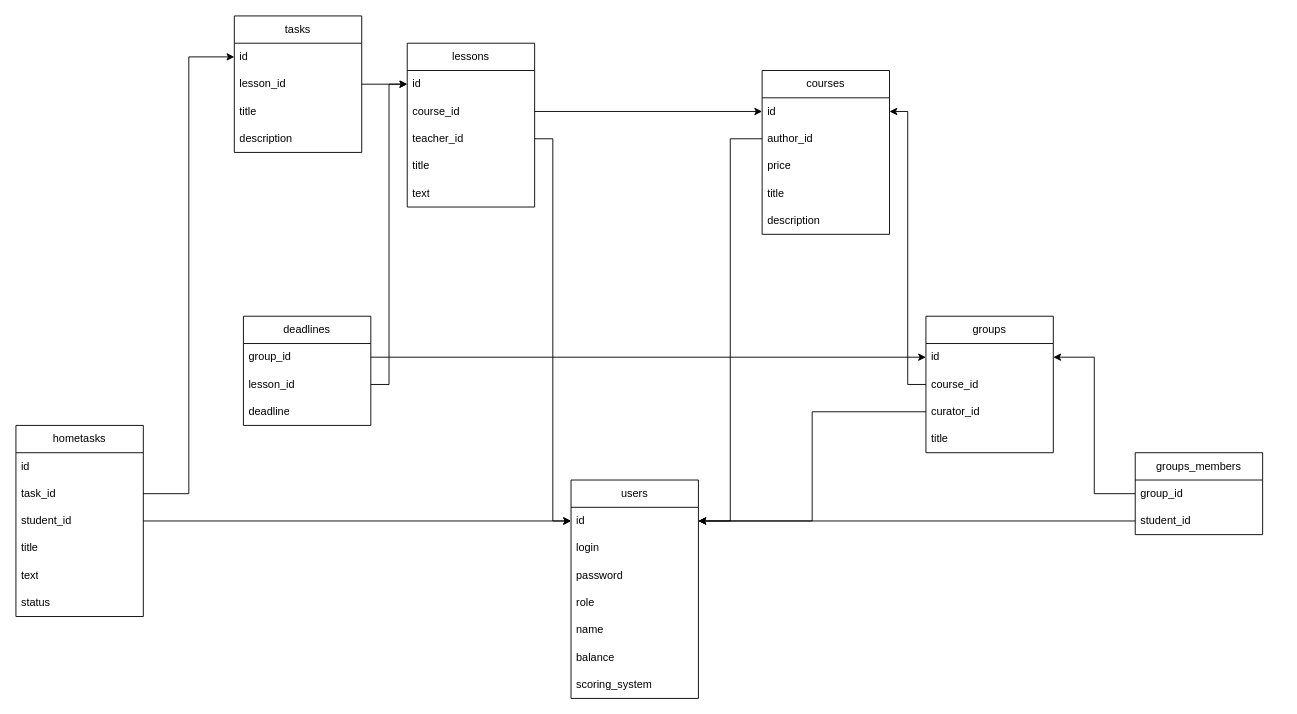
EN-YSolutions/Training_system_Demyanov keeps this draw.io diagram as Схема БД.drawio. Above is the earlier version. Source tidied: cells renumbered, new cells numbered last; positions are measured from the earlier drawing's top-left corner, leaving out a move shared by most shapes. Both pictures are drawn from the tidied source at 91%, with x=0, y=0 at pixel (15, 15).
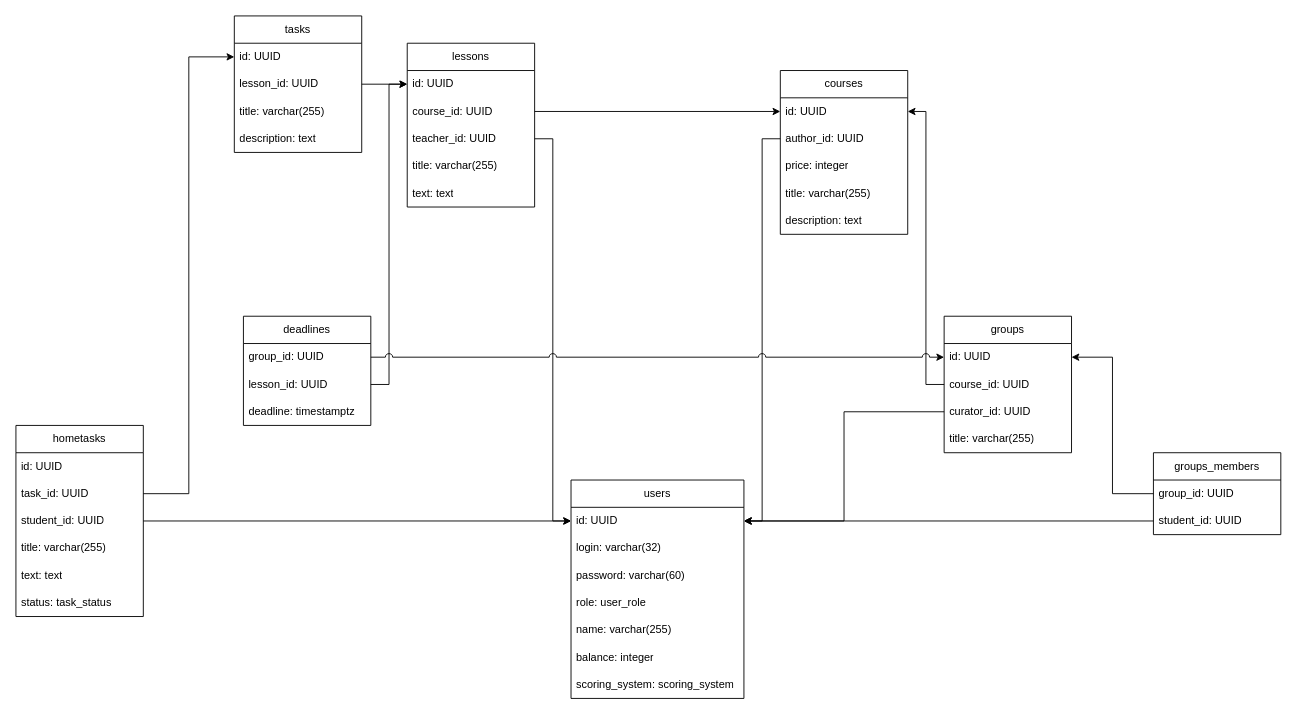
Above is the later version.

The change refers to these unchanged cells:
```xml
<mxCell id="24" value="lessons" style="swimlane;fontStyle=0;horizontal=1;startSize=30;whiteSpace=wrap;html=1;" parent="1" vertex="1">
  <mxGeometry x="430" y="30" width="140" height="180" as="geometry" />
</mxCell>
<mxCell id="30" value="tasks" style="swimlane;fontStyle=0;horizontal=1;startSize=30;whiteSpace=wrap;html=1;" parent="1" vertex="1">
  <mxGeometry x="240" width="140" height="150" as="geometry" />
</mxCell>
<mxCell id="35" value="hometasks" style="swimlane;fontStyle=0;horizontal=1;startSize=30;whiteSpace=wrap;html=1;" parent="1" vertex="1">
  <mxGeometry y="450" width="140" height="210" as="geometry" />
</mxCell>
<mxCell id="42" value="deadlines" style="swimlane;fontStyle=0;horizontal=1;startSize=30;whiteSpace=wrap;html=1;" parent="1" vertex="1">
  <mxGeometry x="250" y="330" width="140" height="120" as="geometry" />
</mxCell>
```

The edit, as a diff of the source:
```diff
@@
+    <mxCell id="49" style="edgeStyle=orthogonalEdgeStyle;rounded=0;jettySize=auto;html=1;" parent="1" edge="1" source="27" target="3">
+      <mxGeometry relative="1" as="geometry" />
+    </mxCell>
     <mxCell id="2" value="users" style="swimlane;fontStyle=0;horizontal=1;startSize=30;whiteSpace=wrap;html=1;" parent="1" vertex="1">
-      <mxGeometry x="610" y="510" width="140" height="240" as="geometry" />
+      <mxGeometry x="610" y="510" width="190" height="240" as="geometry" />
     </mxCell>
-    <mxCell id="3" value="id" style="text;strokeColor=none;fillColor=none;align=left;verticalAlign=middle;spacingLeft=4;spacingRight=4;overflow=hidden;points=[[0,0.5],[1,0.5]];portConstraint=eastwest;whiteSpace=wrap;html=1;" parent="2" vertex="1">
-      <mxGeometry y="30" width="140" height="30" as="geometry" />
+    <mxCell id="3" value="id: UUID" style="text;strokeColor=none;fillColor=none;align=left;verticalAlign=middle;spacingLeft=4;spacingRight=4;overflow=hidden;points=[[0,0.5],[1,0.5]];portConstraint=eastwest;whiteSpace=wrap;html=1;" parent="2" vertex="1">
+      <mxGeometry y="30" width="190" height="30" as="geometry" />
     </mxCell>
-    <mxCell id="4" value="&lt;div&gt;login&lt;/div&gt;" style="text;strokeColor=none;fillColor=none;align=left;verticalAlign=middle;spacingLeft=4;spacingRight=4;overflow=hidden;whiteSpace=wrap;html=1;" parent="2" vertex="1">
-      <mxGeometry y="60" width="140" height="30" as="geometry" />
+    <mxCell id="4" value="&lt;div&gt;login: varchar(32)&lt;br&gt;&lt;/div&gt;" style="text;strokeColor=none;fillColor=none;align=left;verticalAlign=middle;spacingLeft=4;spacingRight=4;overflow=hidden;whiteSpace=wrap;html=1;" parent="2" vertex="1">
+      <mxGeometry y="60" width="190" height="30" as="geometry" />
     </mxCell>
-    <mxCell id="5" value="password" style="text;strokeColor=none;fillColor=none;align=left;verticalAlign=middle;spacingLeft=4;spacingRight=4;overflow=hidden;whiteSpace=wrap;html=1;" parent="2" vertex="1">
-      <mxGeometry y="90" width="140" height="30" as="geometry" />
+    <mxCell id="5" value="password: varchar(60)" style="text;strokeColor=none;fillColor=none;align=left;verticalAlign=middle;spacingLeft=4;spacingRight=4;overflow=hidden;whiteSpace=wrap;html=1;" parent="2" vertex="1">
+      <mxGeometry y="90" width="190" height="30" as="geometry" />
     </mxCell>
-    <mxCell id="6" value="role" style="text;strokeColor=none;fillColor=none;align=left;verticalAlign=middle;spacingLeft=4;spacingRight=4;overflow=hidden;whiteSpace=wrap;html=1;" parent="2" vertex="1">
-      <mxGeometry y="120" width="140" height="30" as="geometry" />
+    <mxCell id="6" value="role: user_role" style="text;strokeColor=none;fillColor=none;align=left;verticalAlign=middle;spacingLeft=4;spacingRight=4;overflow=hidden;whiteSpace=wrap;html=1;" parent="2" vertex="1">
+      <mxGeometry y="120" width="190" height="30" as="geometry" />
     </mxCell>
-    <mxCell id="7" value="name" style="text;strokeColor=none;fillColor=none;align=left;verticalAlign=middle;spacingLeft=4;spacingRight=4;overflow=hidden;whiteSpace=wrap;html=1;" parent="2" vertex="1">
-      <mxGeometry y="150" width="140" height="30" as="geometry" />
+    <mxCell id="7" value="name: varchar(255)" style="text;strokeColor=none;fillColor=none;align=left;verticalAlign=middle;spacingLeft=4;spacingRight=4;overflow=hidden;whiteSpace=wrap;html=1;" parent="2" vertex="1">
+      <mxGeometry y="150" width="190" height="30" as="geometry" />
     </mxCell>
-    <mxCell id="8" value="balance" style="text;strokeColor=none;fillColor=none;align=left;verticalAlign=middle;spacingLeft=4;spacingRight=4;overflow=hidden;whiteSpace=wrap;html=1;" parent="2" vertex="1">
-      <mxGeometry y="180" width="140" height="30" as="geometry" />
+    <mxCell id="8" value="balance: integer" style="text;strokeColor=none;fillColor=none;align=left;verticalAlign=middle;spacingLeft=4;spacingRight=4;overflow=hidden;whiteSpace=wrap;html=1;" parent="2" vertex="1">
+      <mxGeometry y="180" width="190" height="30" as="geometry" />
     </mxCell>
-    <mxCell id="9" value="scoring_system" style="text;strokeColor=none;fillColor=none;align=left;verticalAlign=middle;spacingLeft=4;spacingRight=4;overflow=hidden;whiteSpace=wrap;html=1;" parent="2" vertex="1">
-      <mxGeometry y="210" width="140" height="30" as="geometry" />
+    <mxCell id="9" value="scoring_system: scoring_system" style="text;strokeColor=none;fillColor=none;align=left;verticalAlign=middle;spacingLeft=4;spacingRight=4;overflow=hidden;whiteSpace=wrap;html=1;" parent="2" vertex="1">
+      <mxGeometry y="210" width="190" height="30" as="geometry" />
     </mxCell>
     <mxCell id="10" value="courses" style="swimlane;fontStyle=0;horizontal=1;startSize=30;whiteSpace=wrap;html=1;" parent="1" vertex="1">
-      <mxGeometry x="820" y="60" width="140" height="180" as="geometry" />
+      <mxGeometry x="840" y="60" width="140" height="180" as="geometry" />
     </mxCell>
-    <mxCell id="11" value="id" style="text;strokeColor=none;fillColor=none;align=left;verticalAlign=middle;spacingLeft=4;spacingRight=4;overflow=hidden;points=[[0,0.5],[1,0.5]];portConstraint=eastwest;whiteSpace=wrap;html=1;" parent="10" vertex="1">
+    <mxCell id="11" value="id: UUID" style="text;strokeColor=none;fillColor=none;align=left;verticalAlign=middle;spacingLeft=4;spacingRight=4;overflow=hidden;points=[[0,0.5],[1,0.5]];portConstraint=eastwest;whiteSpace=wrap;html=1;" parent="10" vertex="1">
       <mxGeometry y="30" width="140" height="30" as="geometry" />
     </mxCell>
-    <mxCell id="12" value="author_id" style="text;strokeColor=none;fillColor=none;align=left;verticalAlign=middle;spacingLeft=4;spacingRight=4;overflow=hidden;points=[[0,0.5],[1,0.5]];portConstraint=eastwest;whiteSpace=wrap;html=1;" parent="10" vertex="1">
+    <mxCell id="12" value="author_id: UUID" style="text;strokeColor=none;fillColor=none;align=left;verticalAlign=middle;spacingLeft=4;spacingRight=4;overflow=hidden;points=[[0,0.5],[1,0.5]];portConstraint=eastwest;whiteSpace=wrap;html=1;" parent="10" vertex="1">
       <mxGeometry y="60" width="140" height="30" as="geometry" />
     </mxCell>
-    <mxCell id="13" value="price" style="text;strokeColor=none;fillColor=none;align=left;verticalAlign=middle;spacingLeft=4;spacingRight=4;overflow=hidden;whiteSpace=wrap;html=1;" parent="10" vertex="1">
+    <mxCell id="13" value="price: integer" style="text;strokeColor=none;fillColor=none;align=left;verticalAlign=middle;spacingLeft=4;spacingRight=4;overflow=hidden;whiteSpace=wrap;html=1;" parent="10" vertex="1">
       <mxGeometry y="90" width="140" height="30" as="geometry" />
     </mxCell>
-    <mxCell id="14" value="title" style="text;strokeColor=none;fillColor=none;align=left;verticalAlign=middle;spacingLeft=4;spacingRight=4;overflow=hidden;whiteSpace=wrap;html=1;" parent="10" vertex="1">
+    <mxCell id="14" value="title: varchar(255)" style="text;strokeColor=none;fillColor=none;align=left;verticalAlign=middle;spacingLeft=4;spacingRight=4;overflow=hidden;whiteSpace=wrap;html=1;" parent="10" vertex="1">
       <mxGeometry y="120" width="140" height="30" as="geometry" />
     </mxCell>
-    <mxCell id="15" value="description" style="text;strokeColor=none;fillColor=none;align=left;verticalAlign=middle;spacingLeft=4;spacingRight=4;overflow=hidden;whiteSpace=wrap;html=1;" parent="10" vertex="1">
+    <mxCell id="15" value="description: text" style="text;strokeColor=none;fillColor=none;align=left;verticalAlign=middle;spacingLeft=4;spacingRight=4;overflow=hidden;whiteSpace=wrap;html=1;" parent="10" vertex="1">
       <mxGeometry y="150" width="140" height="30" as="geometry" />
     </mxCell>
     <mxCell id="16" value="groups" style="swimlane;fontStyle=0;horizontal=1;startSize=30;whiteSpace=wrap;html=1;" parent="1" vertex="1">
-      <mxGeometry x="1000" y="330" width="140" height="150" as="geometry" />
+      <mxGeometry x="1020" y="330" width="140" height="150" as="geometry" />
     </mxCell>
-    <mxCell id="17" value="id" style="text;strokeColor=none;fillColor=none;align=left;verticalAlign=middle;spacingLeft=4;spacingRight=4;overflow=hidden;points=[[0,0.5],[1,0.5]];portConstraint=eastwest;whiteSpace=wrap;html=1;" parent="16" vertex="1">
+    <mxCell id="17" value="id: UUID" style="text;strokeColor=none;fillColor=none;align=left;verticalAlign=middle;spacingLeft=4;spacingRight=4;overflow=hidden;points=[[0,0.5],[1,0.5]];portConstraint=eastwest;whiteSpace=wrap;html=1;" parent="16" vertex="1">
       <mxGeometry y="30" width="140" height="30" as="geometry" />
     </mxCell>
-    <mxCell id="18" value="course_id" style="text;strokeColor=none;fillColor=none;align=left;verticalAlign=middle;spacingLeft=4;spacingRight=4;overflow=hidden;points=[[0,0.5],[1,0.5]];portConstraint=eastwest;whiteSpace=wrap;html=1;" parent="16" vertex="1">
+    <mxCell id="18" value="course_id: UUID" style="text;strokeColor=none;fillColor=none;align=left;verticalAlign=middle;spacingLeft=4;spacingRight=4;overflow=hidden;points=[[0,0.5],[1,0.5]];portConstraint=eastwest;whiteSpace=wrap;html=1;" parent="16" vertex="1">
       <mxGeometry y="60" width="140" height="30" as="geometry" />
     </mxCell>
-    <mxCell id="19" value="curator_id" style="text;strokeColor=none;fillColor=none;align=left;verticalAlign=middle;spacingLeft=4;spacingRight=4;overflow=hidden;points=[[0,0.5],[1,0.5]];portConstraint=eastwest;whiteSpace=wrap;html=1;" parent="16" vertex="1">
+    <mxCell id="19" value="curator_id: UUID" style="text;strokeColor=none;fillColor=none;align=left;verticalAlign=middle;spacingLeft=4;spacingRight=4;overflow=hidden;points=[[0,0.5],[1,0.5]];portConstraint=eastwest;whiteSpace=wrap;html=1;" parent="16" vertex="1">
       <mxGeometry y="90" width="140" height="30" as="geometry" />
     </mxCell>
-    <mxCell id="20" value="title" style="text;strokeColor=none;fillColor=none;align=left;verticalAlign=middle;spacingLeft=4;spacingRight=4;overflow=hidden;whiteSpace=wrap;html=1;" parent="16" vertex="1">
+    <mxCell id="20" value="title: varchar(255)" style="text;strokeColor=none;fillColor=none;align=left;verticalAlign=middle;spacingLeft=4;spacingRight=4;overflow=hidden;whiteSpace=wrap;html=1;" parent="16" vertex="1">
       <mxGeometry y="120" width="140" height="30" as="geometry" />
     </mxCell>
     <mxCell id="21" value="groups_members" style="swimlane;fontStyle=0;horizontal=1;startSize=30;whiteSpace=wrap;html=1;" parent="1" vertex="1">
-      <mxGeometry x="1230" y="480" width="140" height="90" as="geometry" />
+      <mxGeometry x="1250" y="480" width="140" height="90" as="geometry" />
     </mxCell>
-    <mxCell id="22" value="group_id" style="text;strokeColor=none;fillColor=none;align=left;verticalAlign=middle;spacingLeft=4;spacingRight=4;overflow=hidden;points=[[0,0.5],[1,0.5]];portConstraint=eastwest;whiteSpace=wrap;html=1;" parent="21" vertex="1">
+    <mxCell id="22" value="group_id: UUID" style="text;strokeColor=none;fillColor=none;align=left;verticalAlign=middle;spacingLeft=4;spacingRight=4;overflow=hidden;points=[[0,0.5],[1,0.5]];portConstraint=eastwest;whiteSpace=wrap;html=1;" parent="21" vertex="1">
       <mxGeometry y="30" width="140" height="30" as="geometry" />
     </mxCell>
-    <mxCell id="23" value="student_id" style="text;strokeColor=none;fillColor=none;align=left;verticalAlign=middle;spacingLeft=4;spacingRight=4;overflow=hidden;points=[[0,0.5],[1,0.5]];portConstraint=eastwest;whiteSpace=wrap;html=1;" parent="21" vertex="1">
+    <mxCell id="23" value="student_id: UUID" style="text;strokeColor=none;fillColor=none;align=left;verticalAlign=middle;spacingLeft=4;spacingRight=4;overflow=hidden;points=[[0,0.5],[1,0.5]];portConstraint=eastwest;whiteSpace=wrap;html=1;" parent="21" vertex="1">
       <mxGeometry y="60" width="140" height="30" as="geometry" />
     </mxCell>
@@
-    <mxCell id="25" value="id" style="text;strokeColor=none;fillColor=none;align=left;verticalAlign=middle;spacingLeft=4;spacingRight=4;overflow=hidden;points=[[0,0.5],[1,0.5]];portConstraint=eastwest;whiteSpace=wrap;html=1;" parent="24" vertex="1">
+    <mxCell id="25" value="id: UUID" style="text;strokeColor=none;fillColor=none;align=left;verticalAlign=middle;spacingLeft=4;spacingRight=4;overflow=hidden;points=[[0,0.5],[1,0.5]];portConstraint=eastwest;whiteSpace=wrap;html=1;" parent="24" vertex="1">
       <mxGeometry y="30" width="140" height="30" as="geometry" />
     </mxCell>
-    <mxCell id="26" value="course_id" style="text;strokeColor=none;fillColor=none;align=left;verticalAlign=middle;spacingLeft=4;spacingRight=4;overflow=hidden;points=[[0,0.5],[1,0.5]];portConstraint=eastwest;whiteSpace=wrap;html=1;" parent="24" vertex="1">
+    <mxCell id="26" value="course_id: UUID" style="text;strokeColor=none;fillColor=none;align=left;verticalAlign=middle;spacingLeft=4;spacingRight=4;overflow=hidden;points=[[0,0.5],[1,0.5]];portConstraint=eastwest;whiteSpace=wrap;html=1;" parent="24" vertex="1">
       <mxGeometry y="60" width="140" height="30" as="geometry" />
     </mxCell>
-    <mxCell id="27" value="teacher_id" style="text;strokeColor=none;fillColor=none;align=left;verticalAlign=middle;spacingLeft=4;spacingRight=4;overflow=hidden;points=[[0,0.5],[1,0.5]];portConstraint=eastwest;whiteSpace=wrap;html=1;" parent="24" vertex="1">
+    <mxCell id="27" value="teacher_id: UUID" style="text;strokeColor=none;fillColor=none;align=left;verticalAlign=middle;spacingLeft=4;spacingRight=4;overflow=hidden;points=[[0,0.5],[1,0.5]];portConstraint=eastwest;whiteSpace=wrap;html=1;" parent="24" vertex="1">
       <mxGeometry y="90" width="140" height="30" as="geometry" />
     </mxCell>
-    <mxCell id="28" value="title" style="text;strokeColor=none;fillColor=none;align=left;verticalAlign=middle;spacingLeft=4;spacingRight=4;overflow=hidden;whiteSpace=wrap;html=1;" parent="24" vertex="1">
+    <mxCell id="28" value="title: varchar(255)" style="text;strokeColor=none;fillColor=none;align=left;verticalAlign=middle;spacingLeft=4;spacingRight=4;overflow=hidden;whiteSpace=wrap;html=1;" parent="24" vertex="1">
       <mxGeometry y="120" width="140" height="30" as="geometry" />
     </mxCell>
-    <mxCell id="29" value="text" style="text;strokeColor=none;fillColor=none;align=left;verticalAlign=middle;spacingLeft=4;spacingRight=4;overflow=hidden;whiteSpace=wrap;html=1;" parent="24" vertex="1">
+    <mxCell id="29" value="text: text" style="text;strokeColor=none;fillColor=none;align=left;verticalAlign=middle;spacingLeft=4;spacingRight=4;overflow=hidden;whiteSpace=wrap;html=1;" parent="24" vertex="1">
       <mxGeometry y="150" width="140" height="30" as="geometry" />
     </mxCell>
@@
-    <mxCell id="31" value="id" style="text;strokeColor=none;fillColor=none;align=left;verticalAlign=middle;spacingLeft=4;spacingRight=4;overflow=hidden;points=[[0,0.5],[1,0.5]];portConstraint=eastwest;whiteSpace=wrap;html=1;" parent="30" vertex="1">
+    <mxCell id="31" value="id: UUID" style="text;strokeColor=none;fillColor=none;align=left;verticalAlign=middle;spacingLeft=4;spacingRight=4;overflow=hidden;points=[[0,0.5],[1,0.5]];portConstraint=eastwest;whiteSpace=wrap;html=1;" parent="30" vertex="1">
       <mxGeometry y="30" width="140" height="30" as="geometry" />
     </mxCell>
-    <mxCell id="32" value="&lt;div&gt;lesson_id&lt;/div&gt;" style="text;strokeColor=none;fillColor=none;align=left;verticalAlign=middle;spacingLeft=4;spacingRight=4;overflow=hidden;points=[[0,0.5],[1,0.5]];portConstraint=eastwest;whiteSpace=wrap;html=1;" parent="30" vertex="1">
+    <mxCell id="32" value="&lt;div&gt;lesson_id: UUID&lt;br&gt;&lt;/div&gt;" style="text;strokeColor=none;fillColor=none;align=left;verticalAlign=middle;spacingLeft=4;spacingRight=4;overflow=hidden;points=[[0,0.5],[1,0.5]];portConstraint=eastwest;whiteSpace=wrap;html=1;" parent="30" vertex="1">
       <mxGeometry y="60" width="140" height="30" as="geometry" />
     </mxCell>
-    <mxCell id="33" value="title" style="text;strokeColor=none;fillColor=none;align=left;verticalAlign=middle;spacingLeft=4;spacingRight=4;overflow=hidden;whiteSpace=wrap;html=1;" parent="30" vertex="1">
+    <mxCell id="33" value="title: varchar(255)" style="text;strokeColor=none;fillColor=none;align=left;verticalAlign=middle;spacingLeft=4;spacingRight=4;overflow=hidden;whiteSpace=wrap;html=1;" parent="30" vertex="1">
       <mxGeometry y="90" width="140" height="30" as="geometry" />
     </mxCell>
-    <mxCell id="34" value="description" style="text;strokeColor=none;fillColor=none;align=left;verticalAlign=middle;spacingLeft=4;spacingRight=4;overflow=hidden;whiteSpace=wrap;html=1;" parent="30" vertex="1">
+    <mxCell id="34" value="description: text" style="text;strokeColor=none;fillColor=none;align=left;verticalAlign=middle;spacingLeft=4;spacingRight=4;overflow=hidden;whiteSpace=wrap;html=1;" parent="30" vertex="1">
       <mxGeometry y="120" width="140" height="30" as="geometry" />
     </mxCell>
@@
-    <mxCell id="36" value="id" style="text;strokeColor=none;fillColor=none;align=left;verticalAlign=middle;spacingLeft=4;spacingRight=4;overflow=hidden;whiteSpace=wrap;html=1;" parent="35" vertex="1">
+    <mxCell id="36" value="id: UUID" style="text;strokeColor=none;fillColor=none;align=left;verticalAlign=middle;spacingLeft=4;spacingRight=4;overflow=hidden;whiteSpace=wrap;html=1;" parent="35" vertex="1">
       <mxGeometry y="30" width="140" height="30" as="geometry" />
     </mxCell>
-    <mxCell id="37" value="task_id" style="text;strokeColor=none;fillColor=none;align=left;verticalAlign=middle;spacingLeft=4;spacingRight=4;overflow=hidden;points=[[0,0.5],[1,0.5]];portConstraint=eastwest;whiteSpace=wrap;html=1;" parent="35" vertex="1">
+    <mxCell id="37" value="task_id: UUID" style="text;strokeColor=none;fillColor=none;align=left;verticalAlign=middle;spacingLeft=4;spacingRight=4;overflow=hidden;points=[[0,0.5],[1,0.5]];portConstraint=eastwest;whiteSpace=wrap;html=1;" parent="35" vertex="1">
       <mxGeometry y="60" width="140" height="30" as="geometry" />
     </mxCell>
-    <mxCell id="38" value="student_id" style="text;strokeColor=none;fillColor=none;align=left;verticalAlign=middle;spacingLeft=4;spacingRight=4;overflow=hidden;points=[[0,0.5],[1,0.5]];portConstraint=eastwest;whiteSpace=wrap;html=1;" parent="35" vertex="1">
+    <mxCell id="38" value="student_id: UUID" style="text;strokeColor=none;fillColor=none;align=left;verticalAlign=middle;spacingLeft=4;spacingRight=4;overflow=hidden;points=[[0,0.5],[1,0.5]];portConstraint=eastwest;whiteSpace=wrap;html=1;" parent="35" vertex="1">
       <mxGeometry y="90" width="140" height="30" as="geometry" />
     </mxCell>
-    <mxCell id="39" value="title" style="text;strokeColor=none;fillColor=none;align=left;verticalAlign=middle;spacingLeft=4;spacingRight=4;overflow=hidden;whiteSpace=wrap;html=1;" parent="35" vertex="1">
+    <mxCell id="39" value="title: varchar(255)" style="text;strokeColor=none;fillColor=none;align=left;verticalAlign=middle;spacingLeft=4;spacingRight=4;overflow=hidden;whiteSpace=wrap;html=1;" parent="35" vertex="1">
       <mxGeometry y="120" width="140" height="30" as="geometry" />
     </mxCell>
-    <mxCell id="40" value="text" style="text;strokeColor=none;fillColor=none;align=left;verticalAlign=middle;spacingLeft=4;spacingRight=4;overflow=hidden;whiteSpace=wrap;html=1;" parent="35" vertex="1">
+    <mxCell id="40" value="text: text" style="text;strokeColor=none;fillColor=none;align=left;verticalAlign=middle;spacingLeft=4;spacingRight=4;overflow=hidden;whiteSpace=wrap;html=1;" parent="35" vertex="1">
       <mxGeometry y="150" width="140" height="30" as="geometry" />
     </mxCell>
-    <mxCell id="41" value="status" style="text;strokeColor=none;fillColor=none;align=left;verticalAlign=middle;spacingLeft=4;spacingRight=4;overflow=hidden;whiteSpace=wrap;html=1;" parent="35" vertex="1">
+    <mxCell id="41" value="status: task_status" style="text;strokeColor=none;fillColor=none;align=left;verticalAlign=middle;spacingLeft=4;spacingRight=4;overflow=hidden;whiteSpace=wrap;html=1;" parent="35" vertex="1">
       <mxGeometry y="180" width="140" height="30" as="geometry" />
     </mxCell>
@@
-    <mxCell id="43" value="group_id" style="text;strokeColor=none;fillColor=none;align=left;verticalAlign=middle;spacingLeft=4;spacingRight=4;overflow=hidden;points=[[0,0.5],[1,0.5]];portConstraint=eastwest;whiteSpace=wrap;html=1;" parent="42" vertex="1">
+    <mxCell id="43" value="group_id: UUID" style="text;strokeColor=none;fillColor=none;align=left;verticalAlign=middle;spacingLeft=4;spacingRight=4;overflow=hidden;points=[[0,0.5],[1,0.5]];portConstraint=eastwest;whiteSpace=wrap;html=1;" parent="42" vertex="1">
       <mxGeometry y="30" width="140" height="30" as="geometry" />
     </mxCell>
-    <mxCell id="44" value="lesson_id" style="text;strokeColor=none;fillColor=none;align=left;verticalAlign=middle;spacingLeft=4;spacingRight=4;overflow=hidden;points=[[0,0.5],[1,0.5]];portConstraint=eastwest;whiteSpace=wrap;html=1;" parent="42" vertex="1">
+    <mxCell id="44" value="lesson_id: UUID" style="text;strokeColor=none;fillColor=none;align=left;verticalAlign=middle;spacingLeft=4;spacingRight=4;overflow=hidden;points=[[0,0.5],[1,0.5]];portConstraint=eastwest;whiteSpace=wrap;html=1;" parent="42" vertex="1">
       <mxGeometry y="60" width="140" height="30" as="geometry" />
     </mxCell>
-    <mxCell id="45" value="deadline" style="text;strokeColor=none;fillColor=none;align=left;verticalAlign=middle;spacingLeft=4;spacingRight=4;overflow=hidden;whiteSpace=wrap;html=1;" parent="42" vertex="1">
+    <mxCell id="45" value="deadline: timestamptz" style="text;strokeColor=none;fillColor=none;align=left;verticalAlign=middle;spacingLeft=4;spacingRight=4;overflow=hidden;whiteSpace=wrap;html=1;" parent="42" vertex="1">
       <mxGeometry y="90" width="140" height="30" as="geometry" />
     </mxCell>
@@
-    <mxCell id="49" style="edgeStyle=orthogonalEdgeStyle;rounded=0;jettySize=auto;html=1;" parent="1" edge="1" source="27" target="3">
-      <mxGeometry relative="1" as="geometry" />
-    </mxCell>
@@
-    <mxCell id="54" style="edgeStyle=orthogonalEdgeStyle;rounded=0;jettySize=auto;html=1;" parent="1" edge="1" source="43" target="17">
-      <mxGeometry relative="1" as="geometry" />
-    </mxCell>
     <mxCell id="55" style="edgeStyle=orthogonalEdgeStyle;rounded=0;jettySize=auto;html=1;" parent="1" edge="1" source="44" target="25">
-      <mxGeometry relative="1" as="geometry" />
+      <mxGeometry relative="1" as="geometry">
+        <Array as="points">
+          <mxPoint x="410" y="405" />
+          <mxPoint x="410" y="75" />
+        </Array>
+      </mxGeometry>
     </mxCell>
@@
+    <mxCell id="54" style="edgeStyle=orthogonalEdgeStyle;rounded=0;jettySize=auto;html=1;jumpStyle=arc;jumpSize=8;" parent="1" edge="1" source="43" target="17">
+      <mxGeometry relative="1" as="geometry" />
+    </mxCell>
```
